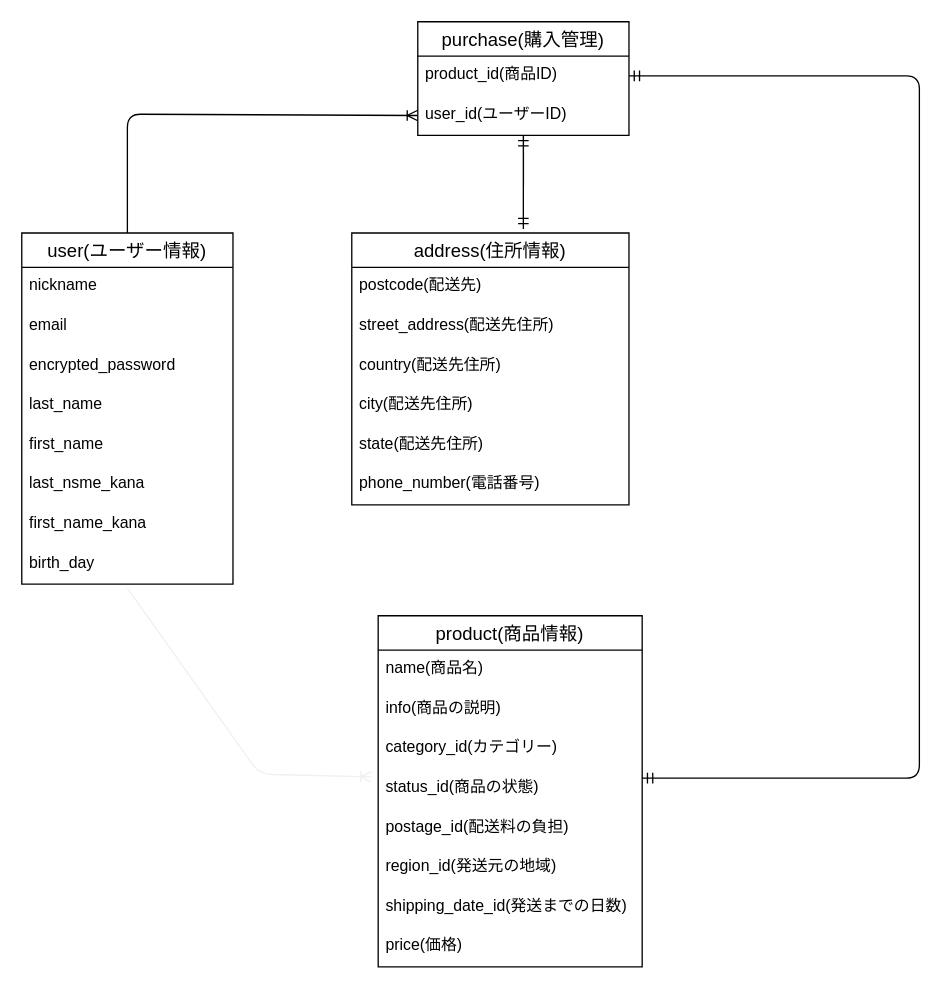
The draw.io diagram legend.dio in yo-ya07/furima-35557, before the edit. Source tidied: cells renumbered, new cells numbered last; positions are measured from the earlier drawing's top-left corner, leaving out a move shared by most shapes. Both pictures are drawn from the tidied source at 132%, with x=0, y=0 at pixel (21, 21).
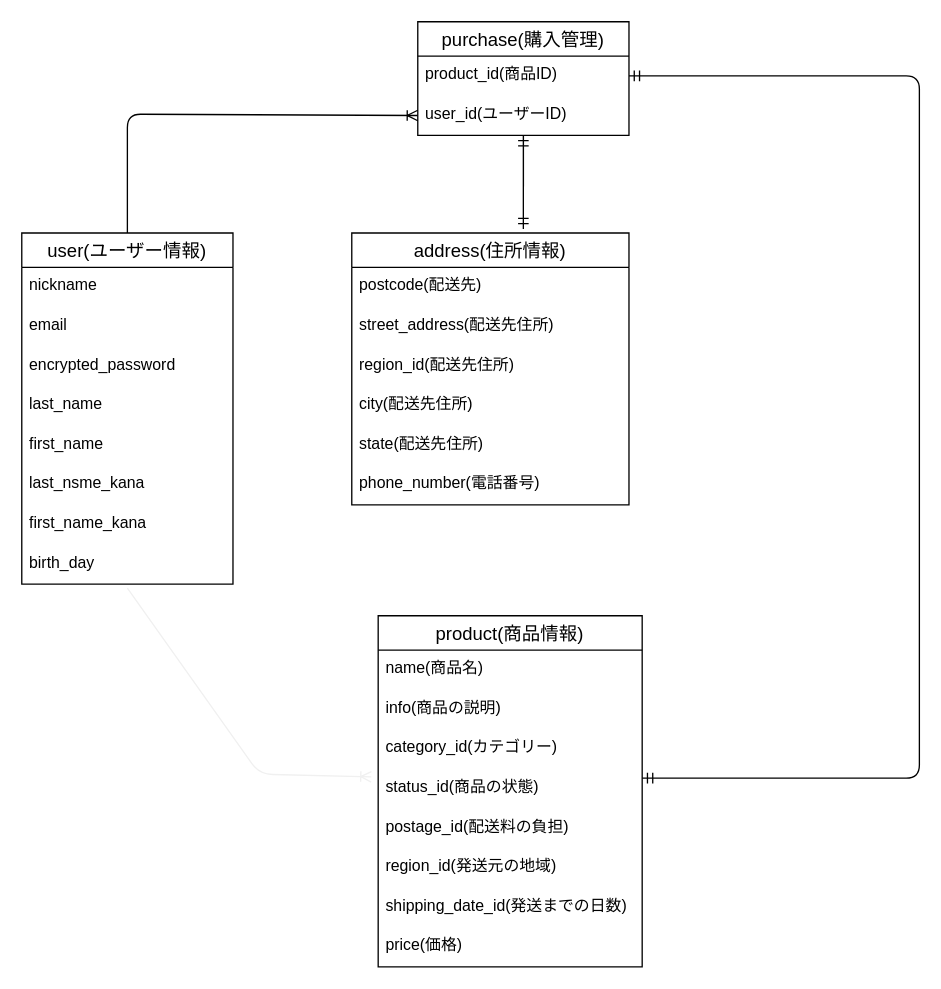
The same diagram, later.

Commit message:
ER図•README作成(修正4)追加

The change refers to these unchanged cells:
```xml
<mxCell id="11" value="address(住所情報)" style="swimlane;fontStyle=0;horizontal=1;startSize=26;align=center;fontSize=14;" parent="1" vertex="1">
  <mxGeometry x="250" y="160" width="210" height="206" as="geometry" />
</mxCell>
```

Change to the diagram source:
```diff
@@
-    <mxCell id="14" value="country(配送先住所)" style="text;strokeColor=none;fillColor=none;spacingLeft=4;spacingRight=4;overflow=hidden;fontSize=12;" parent="11" vertex="1">
+    <mxCell id="14" value="region_id(配送先住所)" style="text;strokeColor=none;fillColor=none;spacingLeft=4;spacingRight=4;overflow=hidden;fontSize=12;" parent="11" vertex="1">
       <mxGeometry y="86" width="210" height="30" as="geometry" />
     </mxCell>
```
